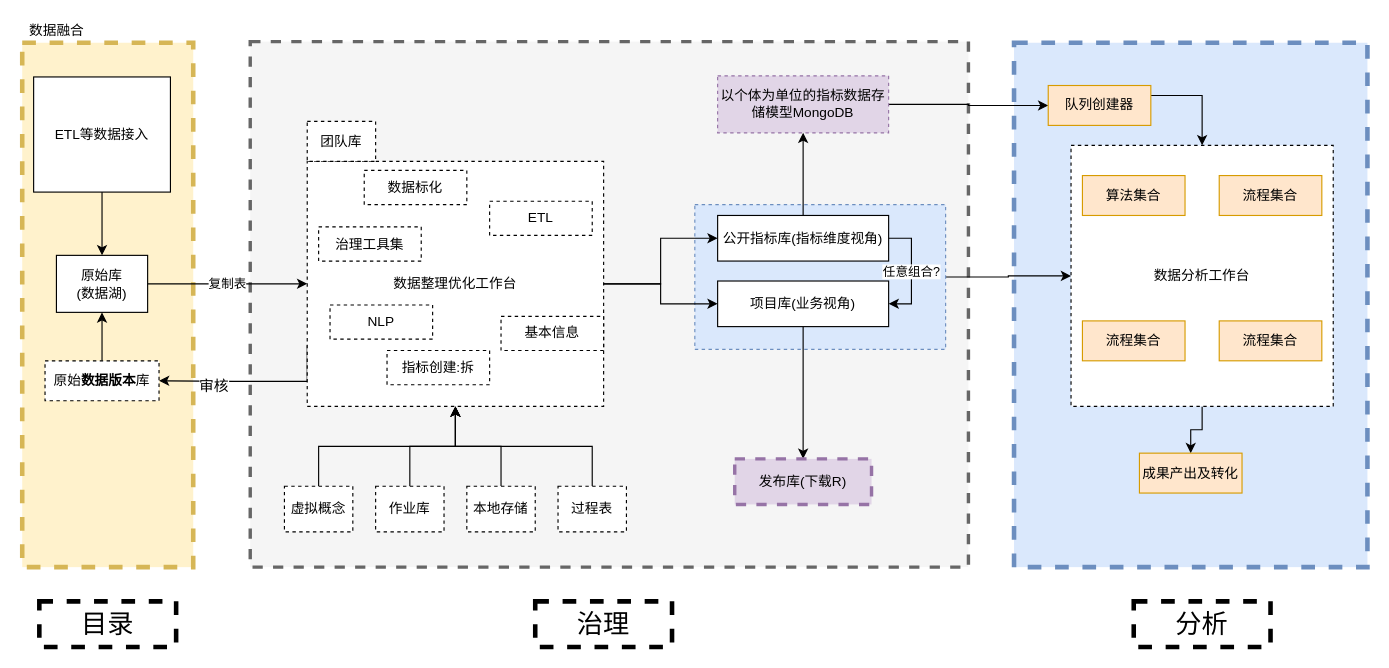
Earlier version of the draw.io diagram page "流程梳理改进版" (7 of 7) of 华链系统重构分析.drawio (xinglongMedical/drawio). Source tidied: cells renumbered, new cells numbered last; positions are measured from the earlier drawing's top-left corner, leaving out a move shared by most shapes. Both pictures are drawn from the tidied source at 114%, with x=0, y=0 at pixel (22, 19).
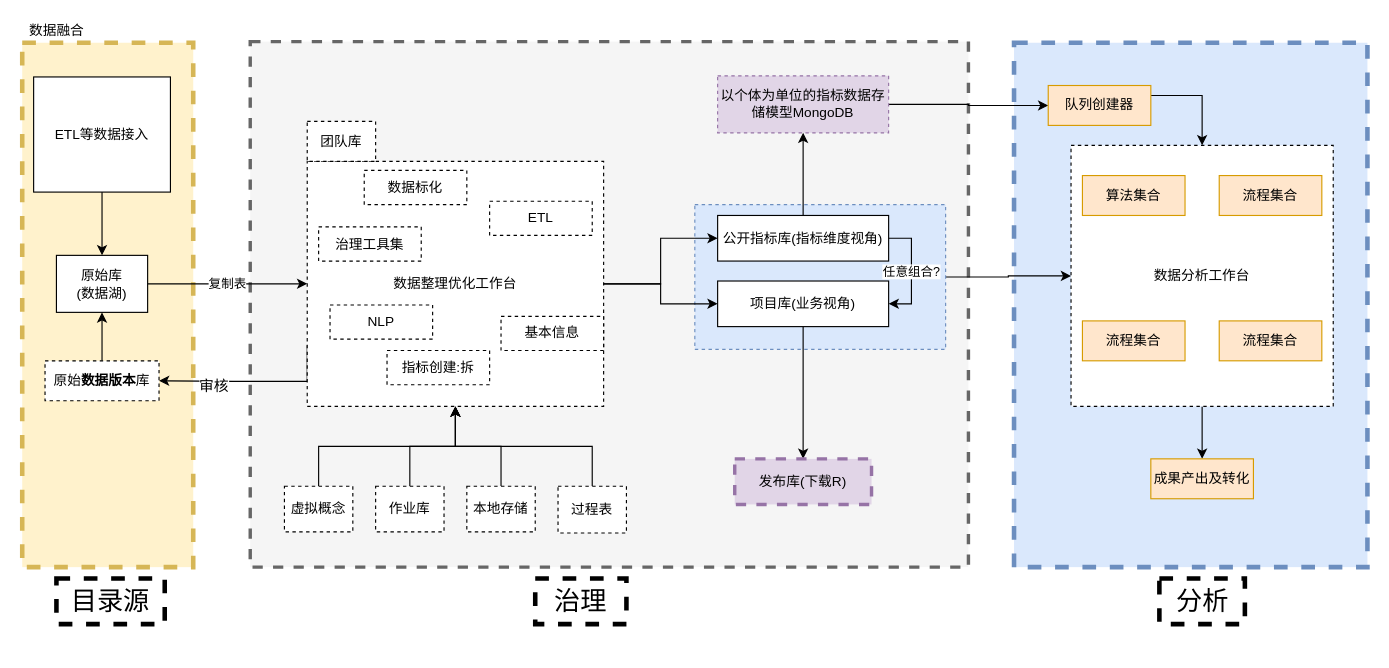
After the change.

Diff of the diagram source:
```diff
@@
     <mxCell id="21" value="过程表" style="rounded=0;whiteSpace=wrap;html=1;dashed=1;" parent="1" vertex="1">
-      <mxGeometry x="470" y="409" width="60" height="40" as="geometry" />
+      <mxGeometry x="470" y="409" width="60" height="41" as="geometry" />
     </mxCell>
@@
     <mxCell id="40" value="成果产出及转化" style="rounded=0;whiteSpace=wrap;html=1;fillColor=#ffe6cc;strokeColor=#d79b00;" parent="1" vertex="1">
-      <mxGeometry x="980" y="380" width="90" height="35" as="geometry" />
+      <mxGeometry x="990" y="385" width="90" height="35" as="geometry" />
     </mxCell>
@@
-    <mxCell id="51" value="目录" style="rounded=0;whiteSpace=wrap;html=1;dashed=1;strokeWidth=4;fontSize=23;" parent="1" vertex="1">
-      <mxGeometry x="15" y="510" width="120" height="40" as="geometry" />
+    <mxCell id="51" value="目录源" style="rounded=0;whiteSpace=wrap;html=1;dashed=1;strokeWidth=4;fontSize=23;" parent="1" vertex="1">
+      <mxGeometry x="30" y="490" width="95" height="40" as="geometry" />
     </mxCell>
     <mxCell id="52" value="治理" style="rounded=0;whiteSpace=wrap;html=1;dashed=1;strokeWidth=4;fontSize=23;" parent="1" vertex="1">
-      <mxGeometry x="450" y="510" width="120" height="40" as="geometry" />
+      <mxGeometry x="450" y="490" width="80" height="40" as="geometry" />
     </mxCell>
     <mxCell id="53" value="分析" style="rounded=0;whiteSpace=wrap;html=1;dashed=1;strokeWidth=4;fontSize=23;" parent="1" vertex="1">
-      <mxGeometry x="975" y="510" width="120" height="40" as="geometry" />
+      <mxGeometry x="997.5" y="490" width="75" height="40" as="geometry" />
     </mxCell>
```
